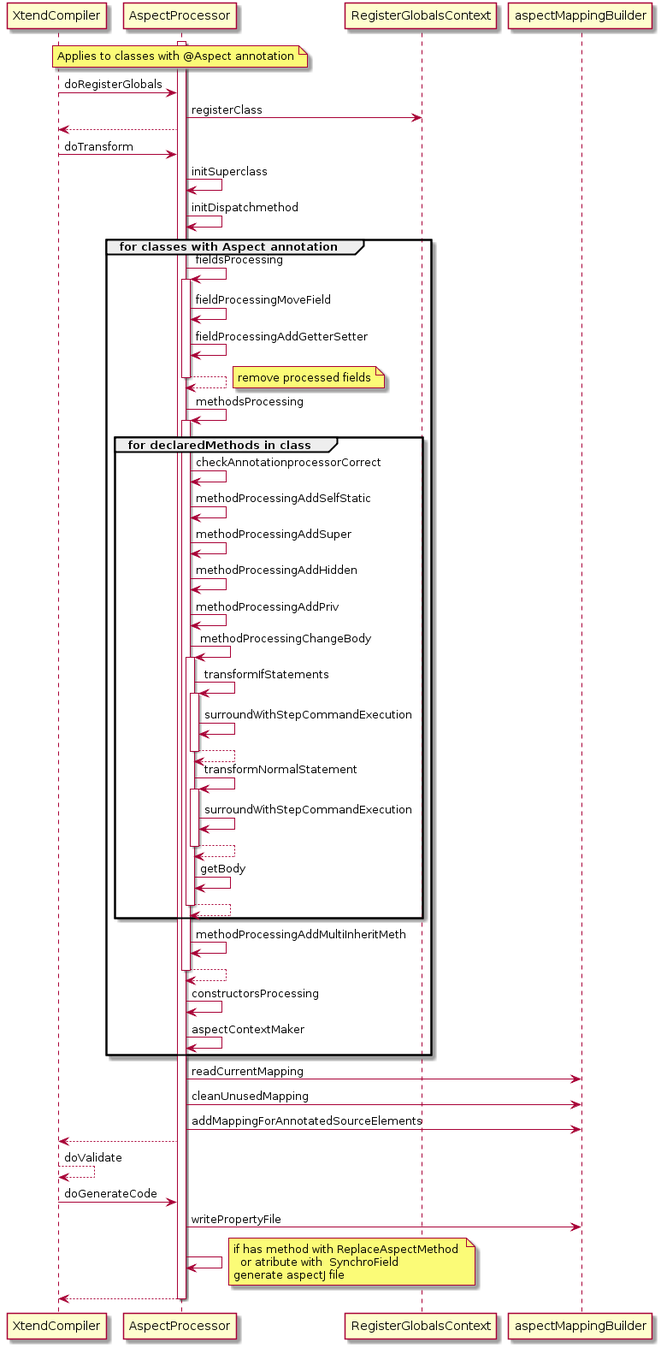
This is k3.eclipse/fr.inria.diverse.k3.al.annotationprocessor.plugin/src/fr/inria/diverse/k3/al/annotationprocessor/doc-files/AspectProcessor_SD.png from diverse-project/k3, a PlantUML export, as it was before one commit.
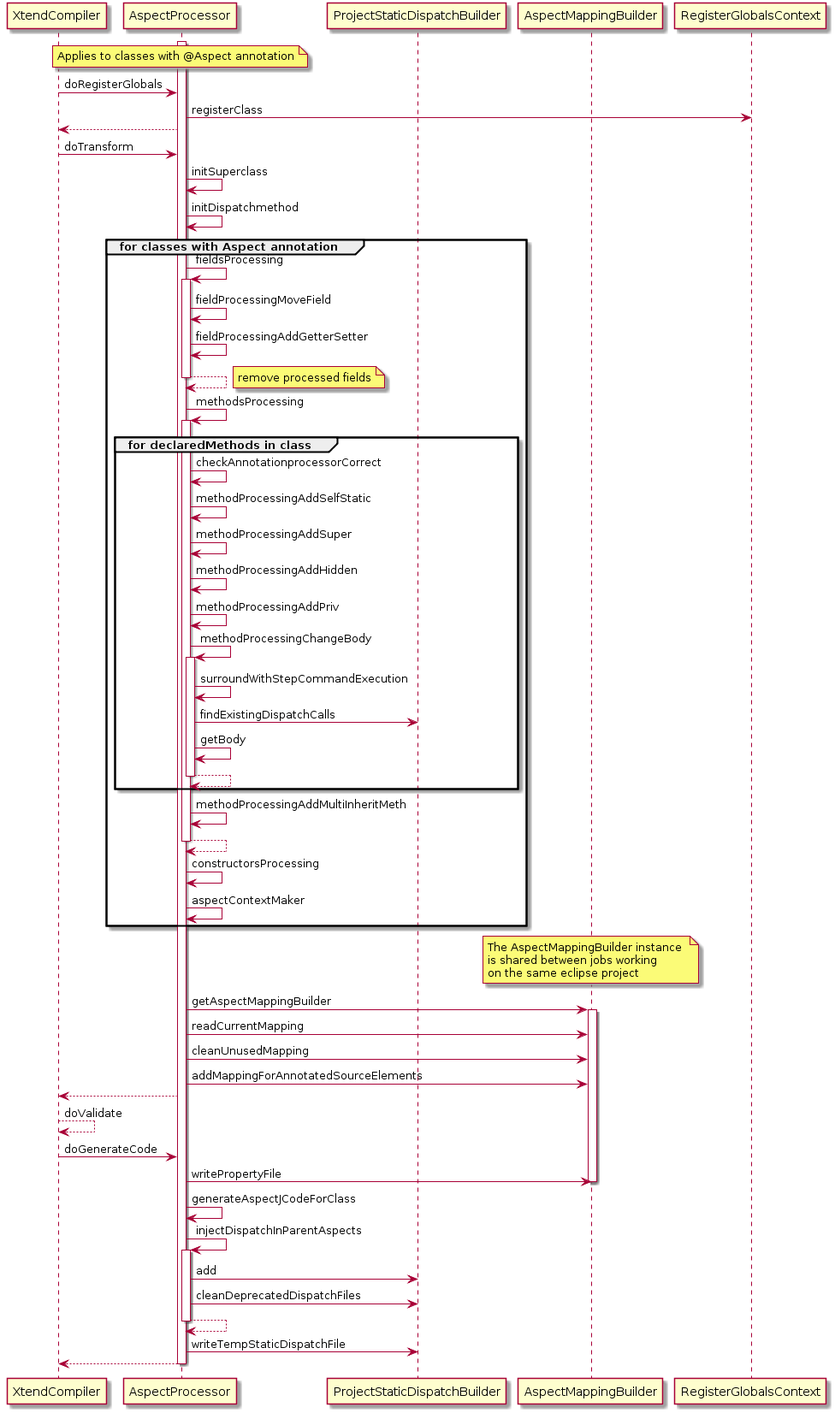
After the commit.

Diff of the diagram source:
```diff
@@ -2,8 +2,9 @@
 
 participant XtendCompiler as XtendCompiler
 participant AspectProcessor as Processor
+participant ProjectStaticDispatchBuilder
+participant AspectMappingBuilder
 participant RegisterGlobalsContext
-participant aspectMappingBuilder
 
 note over of Processor
 	Applies to classes with @Aspect annotation
@@ -38,16 +39,8 @@
 			Processor -> Processor: methodProcessingAddPriv
 			Processor -> Processor: methodProcessingChangeBody
 			activate Processor
-				Processor -> Processor: transformIfStatements
-				activate Processor
-					Processor -> Processor: surroundWithStepCommandExecution
-					Processor --> Processor
-				deactivate Processor
-				Processor -> Processor: transformNormalStatement
-				activate Processor
-					Processor -> Processor: surroundWithStepCommandExecution
-					Processor --> Processor
-				deactivate Processor
+				Processor -> Processor: surroundWithStepCommandExecution
+				Processor -> ProjectStaticDispatchBuilder : findExistingDispatchCalls
 				Processor -> Processor: getBody
 				Processor --> Processor
 			deactivate Processor
@@ -58,21 +51,32 @@
 	Processor -> Processor: constructorsProcessing
 	Processor -> Processor: aspectContextMaker
 end
-Processor -> aspectMappingBuilder: readCurrentMapping
-Processor -> aspectMappingBuilder: cleanUnusedMapping
-Processor -> aspectMappingBuilder: addMappingForAnnotatedSourceElements
+
+note over AspectMappingBuilder
+	The AspectMappingBuilder instance
+	is shared between jobs working
+	on the same eclipse project
+end note
+Processor -> AspectMappingBuilder: getAspectMappingBuilder
+activate AspectMappingBuilder
+Processor -> AspectMappingBuilder: readCurrentMapping
+Processor -> AspectMappingBuilder: cleanUnusedMapping
+Processor -> AspectMappingBuilder: addMappingForAnnotatedSourceElements
 XtendCompiler <-- Processor
 
 XtendCompiler --> XtendCompiler: doValidate
 
 XtendCompiler -> Processor: doGenerateCode
-Processor -> aspectMappingBuilder: writePropertyFile
-Processor -> Processor
-note right
-	if has method with ReplaceAspectMethod
-	  or atribute with  SynchroField
-	generate aspectJ file
-end note
+Processor -> AspectMappingBuilder: writePropertyFile
+deactivate AspectMappingBuilder
+Processor -> Processor: generateAspectJCodeForClass
+Processor -> Processor: injectDispatchInParentAspects
+activate Processor
+Processor -> ProjectStaticDispatchBuilder : add
+Processor -> ProjectStaticDispatchBuilder : cleanDeprecatedDispatchFiles
+Processor --> Processor
+deactivate Processor
+Processor -> ProjectStaticDispatchBuilder : writeTempStaticDispatchFile
 XtendCompiler <-- Processor
 
 deactivate Processor
```
